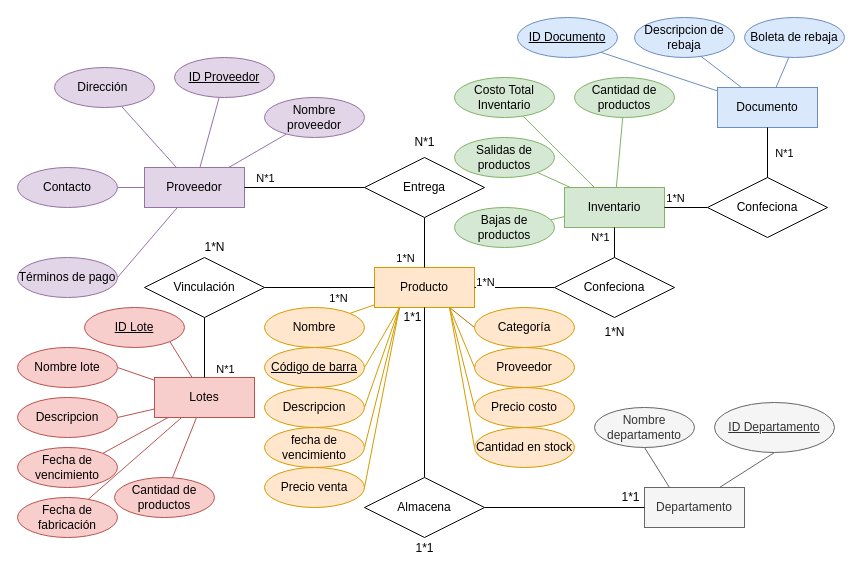
Earlier version of the draw.io diagram Diagrama sin título.drawio (JotaMont/Evaluacion-2-Front-End). Source tidied: cells renumbered, new cells numbered last; positions are measured from the earlier drawing's top-left corner, leaving out a move shared by most shapes. Both pictures are drawn from the tidied source at 100%, with x=0, y=0 at pixel (17, 17).
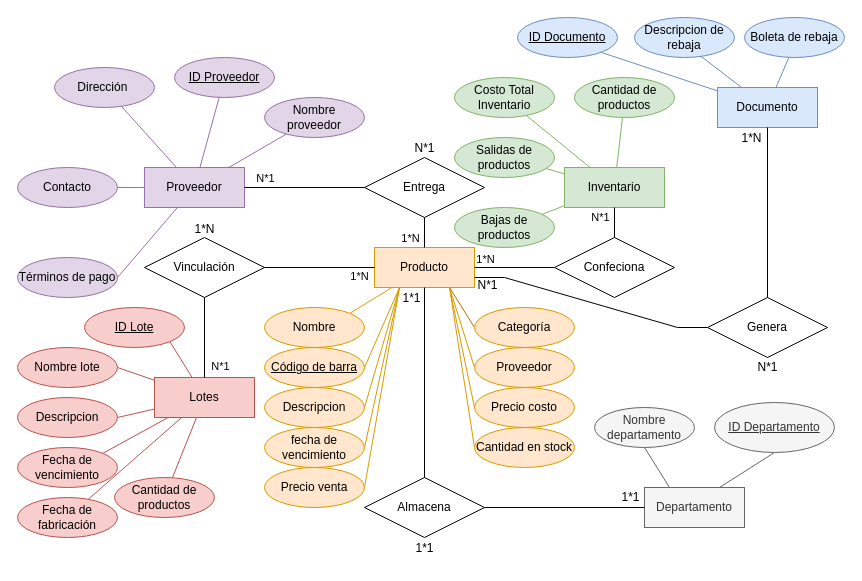
The same diagram, later.

Unchanged cells that the change refers to:
```xml
<mxCell id="4" value="Lotes" style="whiteSpace=wrap;html=1;align=center;fillColor=#f8cecc;strokeColor=#b85450;" parent="1" vertex="1">
  <mxGeometry x="137" y="360" width="100" height="40" as="geometry" />
</mxCell>
<mxCell id="45" style="rounded=0;jettySize=auto;html=1;endArrow=none;endFill=0;" parent="1" edge="1" source="47" target="3">
  <mxGeometry relative="1" as="geometry" />
</mxCell>
<mxCell id="48" style="rounded=0;jettySize=auto;html=1;endArrow=none;endFill=0;" parent="1" edge="1" source="52" target="3">
  <mxGeometry relative="1" as="geometry" />
</mxCell>
<mxCell id="66" style="endArrow=none;html=1;rounded=0;entryX=0.5;entryY=0;entryDx=0;entryDy=0;exitX=0.5;exitY=1;exitDx=0;exitDy=0;" parent="1" edge="1" source="54" target="63">
  <mxGeometry relative="1" as="geometry" />
</mxCell>
<mxCell id="94" style="endArrow=none;html=1;rounded=0;entryX=0.5;entryY=0;entryDx=0;entryDy=0;exitX=0.5;exitY=1;exitDx=0;exitDy=0;" parent="1" edge="1" source="79" target="91">
  <mxGeometry relative="1" as="geometry" />
</mxCell>
```

Diff of the diagram source:
```diff
@@
     <mxCell id="3" value="Producto" style="whiteSpace=wrap;html=1;align=center;fillColor=#ffe6cc;strokeColor=#d79b00;" parent="1" vertex="1">
-      <mxGeometry x="357" y="250" width="100" height="40" as="geometry" />
+      <mxGeometry x="357" y="230" width="100" height="40" as="geometry" />
     </mxCell>
@@
     <mxCell id="46" value="1*N" style="edgeLabel;html=1;align=center;verticalAlign=middle;" parent="45" vertex="1">
       <mxGeometry x="0.68" y="-2" relative="1" as="geometry">
-        <mxPoint x="-18" y="-2" as="offset" />
+        <mxPoint x="-13" y="-5" as="offset" />
       </mxGeometry>
     </mxCell>
@@
     <mxCell id="49" value="1*N" style="edgeLabel;html=1;align=center;verticalAlign=middle;" parent="48" vertex="1">
       <mxGeometry x="0.44" y="1" relative="1" as="geometry">
-        <mxPoint x="-6" y="11" as="offset" />
+        <mxPoint x="15" y="9" as="offset" />
       </mxGeometry>
     </mxCell>
-    <mxCell id="50" style="rounded=0;jettySize=auto;html=1;endArrow=none;endFill=0;" parent="1" edge="1" source="52" target="4">
-      <mxGeometry relative="1" as="geometry" />
+    <mxCell id="50" style="rounded=0;jettySize=auto;html=1;endArrow=none;endFill=0;" parent="1" edge="1" source="52">
+      <mxGeometry relative="1" as="geometry">
+        <mxPoint x="187" y="360" as="targetPoint" />
+      </mxGeometry>
     </mxCell>
     <mxCell id="51" value="N*1" style="edgeLabel;html=1;align=center;verticalAlign=middle;" parent="50" vertex="1">
       <mxGeometry x="0.7" relative="1" as="geometry">
-        <mxPoint x="20" as="offset" />
+        <mxPoint x="15" as="offset" />
       </mxGeometry>
     </mxCell>
     <mxCell id="52" value="Vinculación" style="shape=rhombus;perimeter=rhombusPerimeter;whiteSpace=wrap;html=1;align=center;" parent="1" vertex="1">
-      <mxGeometry x="127" y="240" width="120" height="60" as="geometry" />
+      <mxGeometry x="127" y="220" width="120" height="60" as="geometry" />
     </mxCell>
     <mxCell id="53" value="1*N" style="text;html=1;align=center;verticalAlign=middle;strokeColor=none;fillColor=none;" parent="1" vertex="1">
-      <mxGeometry x="177" y="215" width="40" height="30" as="geometry" />
+      <mxGeometry x="167" y="197" width="40" height="30" as="geometry" />
     </mxCell>
     <mxCell id="54" value="Inventario" style="whiteSpace=wrap;html=1;align=center;fillColor=#d5e8d4;strokeColor=#82b366;" parent="1" vertex="1">
-      <mxGeometry x="547" y="170" width="100" height="40" as="geometry" />
+      <mxGeometry x="547" y="150" width="100" height="40" as="geometry" />
     </mxCell>
@@
     <mxCell id="63" value="Confeciona" style="shape=rhombus;perimeter=rhombusPerimeter;whiteSpace=wrap;html=1;align=center;rotation=0;" parent="1" vertex="1">
-      <mxGeometry x="537" y="240" width="120" height="60" as="geometry" />
+      <mxGeometry x="537" y="220" width="120" height="60" as="geometry" />
     </mxCell>
@@
     <mxCell id="67" value="1*N" style="edgeLabel;html=1;align=center;verticalAlign=middle;" parent="66" vertex="1">
       <mxGeometry x="-0.49" relative="1" as="geometry">
-        <mxPoint x="-130" y="46" as="offset" />
+        <mxPoint x="-130" y="43" as="offset" />
       </mxGeometry>
     </mxCell>
@@
     <mxCell id="71" value="N*1" style="text;html=1;align=center;verticalAlign=middle;strokeColor=none;fillColor=none;" parent="1" vertex="1">
-      <mxGeometry x="387" y="110" width="40" height="30" as="geometry" />
+      <mxGeometry x="387" y="116" width="40" height="30" as="geometry" />
     </mxCell>
-    <mxCell id="72" value="1*N" style="text;html=1;align=center;verticalAlign=middle;strokeColor=none;fillColor=none;" parent="1" vertex="1">
-      <mxGeometry x="577" y="300" width="40" height="30" as="geometry" />
+    <mxCell id="72" value="N*1" style="text;html=1;align=center;verticalAlign=middle;strokeColor=none;fillColor=none;" parent="1" vertex="1">
+      <mxGeometry x="450" y="253" width="40" height="30" as="geometry" />
     </mxCell>
@@
     <mxCell id="88" value="1*1" style="text;html=1;align=center;verticalAlign=middle;strokeColor=none;fillColor=none;" parent="1" vertex="1">
-      <mxGeometry x="375" y="285" width="40" height="30" as="geometry" />
+      <mxGeometry x="374" y="266" width="40" height="30" as="geometry" />
     </mxCell>
@@
-    <mxCell id="91" value="Confeciona" style="shape=rhombus;perimeter=rhombusPerimeter;whiteSpace=wrap;html=1;align=center;rotation=0;" parent="1" vertex="1">
-      <mxGeometry x="690" y="160" width="120" height="60" as="geometry" />
+    <mxCell id="91" value="Genera" style="shape=rhombus;perimeter=rhombusPerimeter;whiteSpace=wrap;html=1;align=center;rotation=0;" parent="1" vertex="1">
+      <mxGeometry x="690" y="280" width="120" height="60" as="geometry" />
     </mxCell>
-    <mxCell id="92" style="endArrow=none;html=1;rounded=0;exitX=1;exitY=0.5;exitDx=0;exitDy=0;entryX=0;entryY=0.5;entryDx=0;entryDy=0;" parent="1" edge="1" source="54" target="91">
-      <mxGeometry relative="1" as="geometry" />
+    <mxCell id="92" style="endArrow=none;html=1;rounded=0;edgeStyle=entityRelationEdgeStyle;elbow=vertical;exitX=1;exitY=0.75;exitDx=0;exitDy=0;entryX=0;entryY=0.5;entryDx=0;entryDy=0;" parent="1" edge="1" source="3" target="91">
+      <mxGeometry relative="1" as="geometry">
+        <Array as="points">
+          <mxPoint x="486" y="310" />
+          <mxPoint x="570" y="300" />
+          <mxPoint x="650" y="340" />
+          <mxPoint x="453" y="260" />
+          <mxPoint x="486" y="280" />
+          <mxPoint x="586" y="330" />
+          <mxPoint x="646" y="330" />
+          <mxPoint x="606" y="350" />
+        </Array>
+      </mxGeometry>
     </mxCell>
-    <mxCell id="93" value="N*1" style="edgeLabel;html=1;align=center;verticalAlign=middle;" parent="92" vertex="1">
-      <mxGeometry x="-0.71" y="4" relative="1" as="geometry">
-        <mxPoint x="113" y="-51" as="offset" />
-      </mxGeometry>
-    </mxCell>
@@
-    <mxCell id="95" value="1*N" style="edgeLabel;html=1;align=center;verticalAlign=middle;" parent="94" vertex="1">
-      <mxGeometry x="-0.49" relative="1" as="geometry">
-        <mxPoint x="-93" y="57" as="offset" />
-      </mxGeometry>
+    <mxCell id="95" value="1*N" style="text;html=1;align=center;verticalAlign=middle;strokeColor=none;fillColor=none;" parent="1" vertex="1">
+      <mxGeometry x="714" y="106" width="40" height="30" as="geometry" />
     </mxCell>
+    <mxCell id="93" value="N*1" style="text;html=1;align=center;verticalAlign=middle;strokeColor=none;fillColor=none;" parent="1" vertex="1">
+      <mxGeometry x="730" y="335" width="40" height="30" as="geometry" />
+    </mxCell>
```
